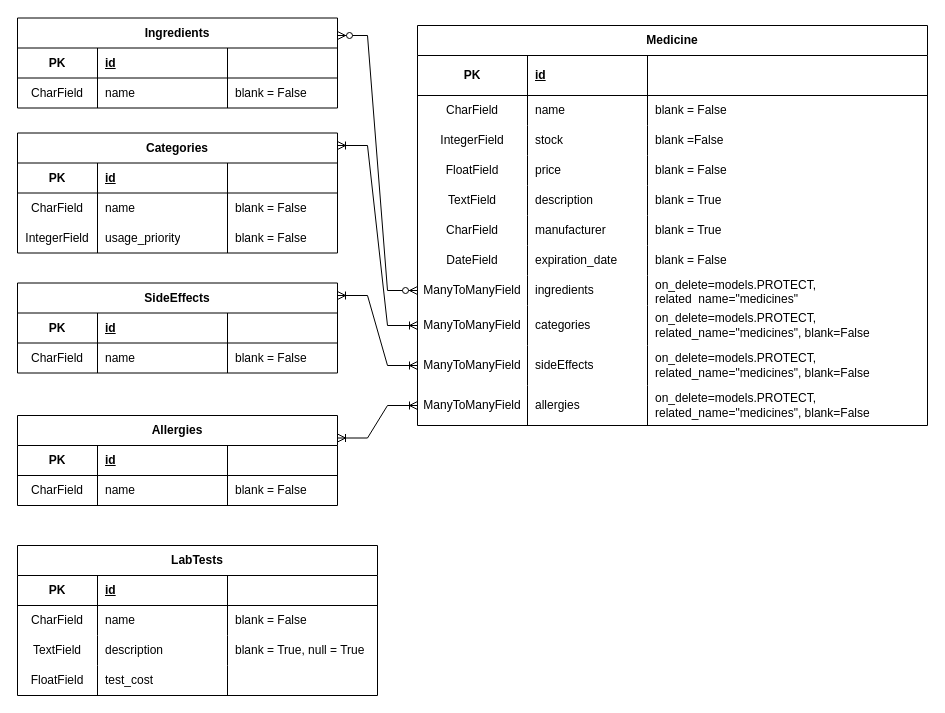
Earlier version of the draw.io diagram page "Pharmacy Models" (5 of 6) of Flowcharts and Diagrams/Database diagram.drawio (armanbehera264/Pharmacy-Manager). Source tidied: cells renumbered, new cells numbered last; positions are measured from the earlier drawing's top-left corner, leaving out a move shared by most shapes. Both pictures are drawn from the tidied source at 100%, with x=0, y=0 at pixel (17, 17).
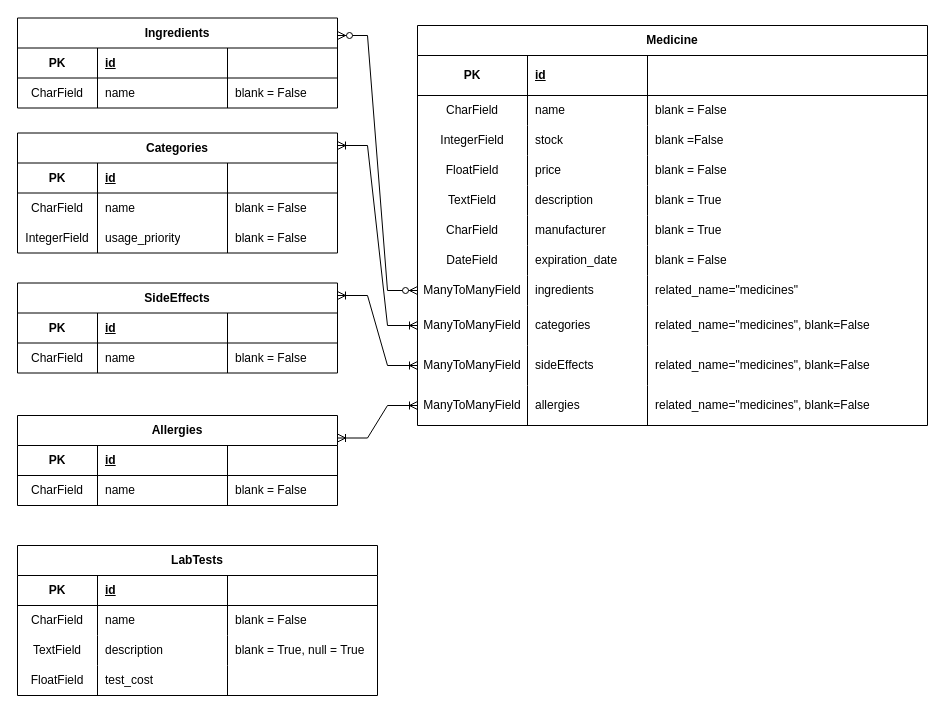
Above is the later version.

The change refers to these unchanged cells:
```xml
<mxCell id="71" style="shape=tableRow;horizontal=0;startSize=0;swimlaneHead=0;swimlaneBody=0;fillColor=none;points=[[0,0.5],[1,0.5]];portConstraint=eastwest;top=0;left=0;right=0;bottom=0;html=1;" parent="42" vertex="1">
  <mxGeometry y="250" width="510" height="30" as="geometry" />
</mxCell>
<mxCell id="75" style="shape=tableRow;horizontal=0;startSize=0;swimlaneHead=0;swimlaneBody=0;fillColor=none;points=[[0,0.5],[1,0.5]];portConstraint=eastwest;top=0;left=0;right=0;bottom=0;html=1;" parent="42" vertex="1">
  <mxGeometry y="280" width="510" height="40" as="geometry" />
</mxCell>
<mxCell id="79" style="shape=tableRow;horizontal=0;startSize=0;swimlaneHead=0;swimlaneBody=0;fillColor=none;points=[[0,0.5],[1,0.5]];portConstraint=eastwest;top=0;left=0;right=0;bottom=0;html=1;" parent="42" vertex="1">
  <mxGeometry y="320" width="510" height="40" as="geometry" />
</mxCell>
<mxCell id="83" style="shape=tableRow;horizontal=0;startSize=0;swimlaneHead=0;swimlaneBody=0;fillColor=none;points=[[0,0.5],[1,0.5]];portConstraint=eastwest;top=0;left=0;right=0;bottom=0;html=1;" parent="42" vertex="1">
  <mxGeometry y="360" width="510" height="40" as="geometry" />
</mxCell>
```

Change to the diagram source:
```diff
@@
-    <mxCell id="74" value="on_delete=models.PROTECT, related_name=&quot;medicines&quot;" style="shape=partialRectangle;fillColor=none;top=0;left=0;bottom=0;right=0;align=left;spacingLeft=6;overflow=hidden;html=1;whiteSpace=wrap;" parent="71" vertex="1">
+    <mxCell id="74" value="related_name=&quot;medicines&quot;" style="shape=partialRectangle;fillColor=none;top=0;left=0;bottom=0;right=0;align=left;spacingLeft=6;overflow=hidden;html=1;whiteSpace=wrap;" parent="71" vertex="1">
       <mxGeometry x="230" width="280" height="30" as="geometry" />
     </mxCell>
@@
-    <mxCell id="78" value="on_delete=models.PROTECT, related_name=&quot;medicines&quot;, blank=False" style="shape=partialRectangle;fillColor=none;top=0;left=0;bottom=0;right=0;align=left;spacingLeft=6;overflow=hidden;html=1;whiteSpace=wrap;" parent="75" vertex="1">
+    <mxCell id="78" value="related_name=&quot;medicines&quot;, blank=False" style="shape=partialRectangle;fillColor=none;top=0;left=0;bottom=0;right=0;align=left;spacingLeft=6;overflow=hidden;html=1;whiteSpace=wrap;" parent="75" vertex="1">
       <mxGeometry x="230" width="280" height="40" as="geometry" />
     </mxCell>
@@
-    <mxCell id="82" value="on_delete=models.PROTECT, related_name=&quot;medicines&quot;, blank=False" style="shape=partialRectangle;fillColor=none;top=0;left=0;bottom=0;right=0;align=left;spacingLeft=6;overflow=hidden;html=1;whiteSpace=wrap;" parent="79" vertex="1">
+    <mxCell id="82" value="related_name=&quot;medicines&quot;, blank=False" style="shape=partialRectangle;fillColor=none;top=0;left=0;bottom=0;right=0;align=left;spacingLeft=6;overflow=hidden;html=1;whiteSpace=wrap;" parent="79" vertex="1">
       <mxGeometry x="230" width="280" height="40" as="geometry" />
     </mxCell>
@@
-    <mxCell id="86" value="on_delete=models.PROTECT, related_name=&quot;medicines&quot;, blank=False" style="shape=partialRectangle;fillColor=none;top=0;left=0;bottom=0;right=0;align=left;spacingLeft=6;overflow=hidden;html=1;whiteSpace=wrap;" parent="83" vertex="1">
+    <mxCell id="86" value="related_name=&quot;medicines&quot;, blank=False" style="shape=partialRectangle;fillColor=none;top=0;left=0;bottom=0;right=0;align=left;spacingLeft=6;overflow=hidden;html=1;whiteSpace=wrap;" parent="83" vertex="1">
       <mxGeometry x="230" width="280" height="40" as="geometry" />
     </mxCell>
```
